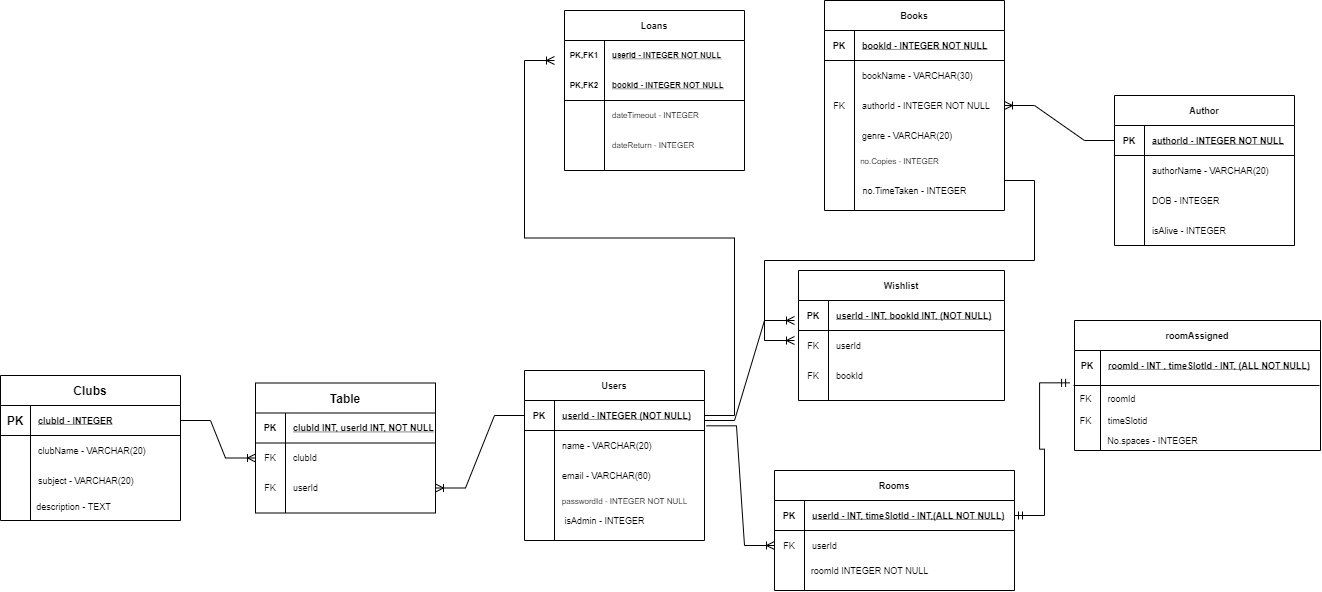
The draw.io diagram libary.png in aaron1brooker/databaseassignment, before a commit. Source tidied: cells renumbered, new cells last; positions are measured from the earlier drawing's top-left corner, leaving out a move shared by most shapes.
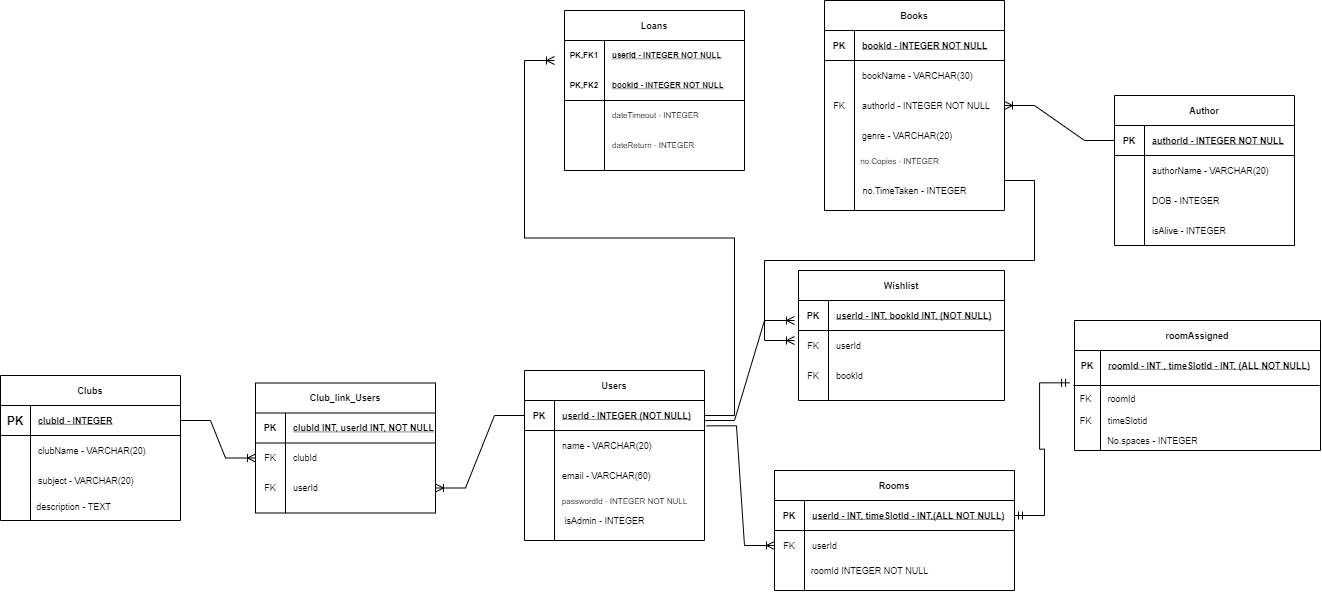
Later version of the same file.

The edit, as a diff of the source:
```diff
@@ -223,7 +223,7 @@
     <mxCell id="74" style="edgeStyle=entityRelationEdgeStyle;fontSize=12;html=1;endArrow=ERmandOne;startArrow=ERmandOne;rounded=0;entryX=-0.02;entryY=1.078;entryDx=0;entryDy=0;entryPerimeter=0;exitX=1;exitY=0.5;exitDx=0;exitDy=0;" parent="1" edge="1" source="62" target="56">
       <mxGeometry relative="1" as="geometry" />
     </mxCell>
-    <mxCell id="75" value="Table" style="shape=table;startSize=30;rowLines=0;fontStyle=1;align=center;" parent="1" vertex="1">
+    <mxCell id="75" value="Club_link_Users" style="shape=table;startSize=30;rowLines=0;fontStyle=1;align=center;fontSize=9;" parent="1" vertex="1">
       <mxGeometry x="255" y="382.5" width="180" height="130" as="geometry" />
     </mxCell>
     <mxCell id="76" style="shape=partialRectangle;fillColor=none;top=0;left=0;bottom=1;right=0;" parent="75" vertex="1">
@@ -253,7 +253,7 @@
     <mxCell id="84" value="userId" style="shape=partialRectangle;fillColor=none;top=0;left=0;bottom=0;right=0;align=left;spacingLeft=6;overflow=hidden;fontSize=9;" parent="82" vertex="1">
       <mxGeometry x="30" width="150" height="30" as="geometry" />
     </mxCell>
-    <mxCell id="85" value="Clubs" style="shape=table;startSize=30;rowLines=0;fontStyle=1;align=center;" parent="1" vertex="1">
+    <mxCell id="85" value="Clubs" style="shape=table;startSize=30;rowLines=0;fontStyle=1;align=center;fontSize=9;" parent="1" vertex="1">
       <mxGeometry y="375" width="180" height="145" as="geometry" />
     </mxCell>
     <mxCell id="86" style="shape=partialRectangle;fillColor=none;top=0;left=0;bottom=1;right=0;points=[[0,0.5],[1,0.5]];portConstraint=eastwest;" parent="85" vertex="1">
```
